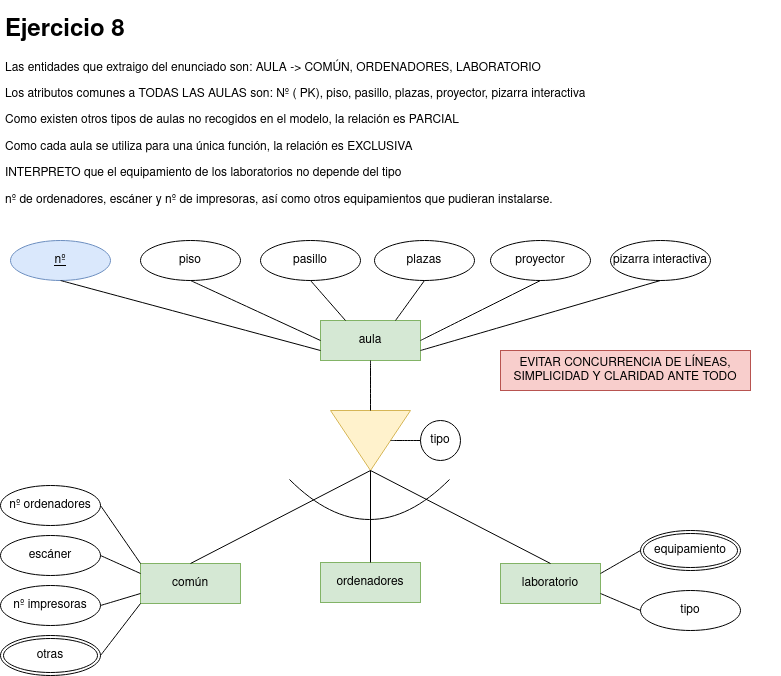
This is ejercicio8.png from javigh193/bae, a draw.io export, as it was before one commit. Source tidied: cells renumbered, new cells last; positions are measured from the earlier drawing's top-left corner, leaving out a move shared by most shapes.
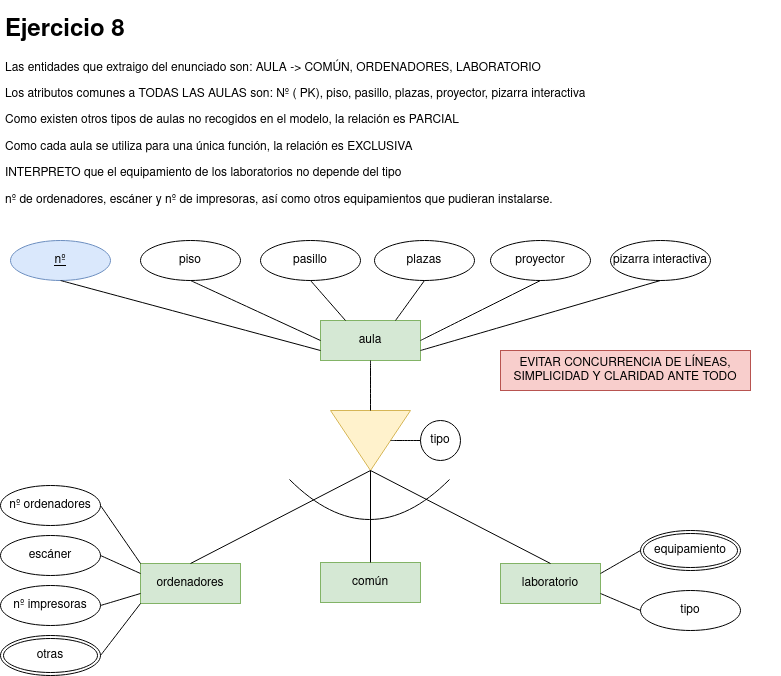
After the commit.

What changed in the source:
```diff
@@ -26,10 +26,10 @@
     <mxCell id="9" value="pizarra interactiva" style="ellipse;whiteSpace=wrap;html=1;align=center;" parent="1" vertex="1">
       <mxGeometry x="610" y="230" width="100" height="40" as="geometry" />
     </mxCell>
-    <mxCell id="10" value="común" style="whiteSpace=wrap;html=1;align=center;fillColor=#d5e8d4;strokeColor=#82b366;" parent="1" vertex="1">
+    <mxCell id="10" value="ordenadores" style="whiteSpace=wrap;html=1;align=center;fillColor=#d5e8d4;strokeColor=#82b366;" parent="1" vertex="1">
       <mxGeometry x="140" y="553" width="100" height="40" as="geometry" />
     </mxCell>
-    <mxCell id="11" value="ordenadores" style="whiteSpace=wrap;html=1;align=center;fillColor=#d5e8d4;strokeColor=#82b366;" parent="1" vertex="1">
+    <mxCell id="11" value="común" style="whiteSpace=wrap;html=1;align=center;fillColor=#d5e8d4;strokeColor=#82b366;" parent="1" vertex="1">
       <mxGeometry x="320" y="552" width="100" height="40" as="geometry" />
     </mxCell>
     <mxCell id="12" value="laboratorio" style="whiteSpace=wrap;html=1;align=center;fillColor=#d5e8d4;strokeColor=#82b366;" parent="1" vertex="1">
```
